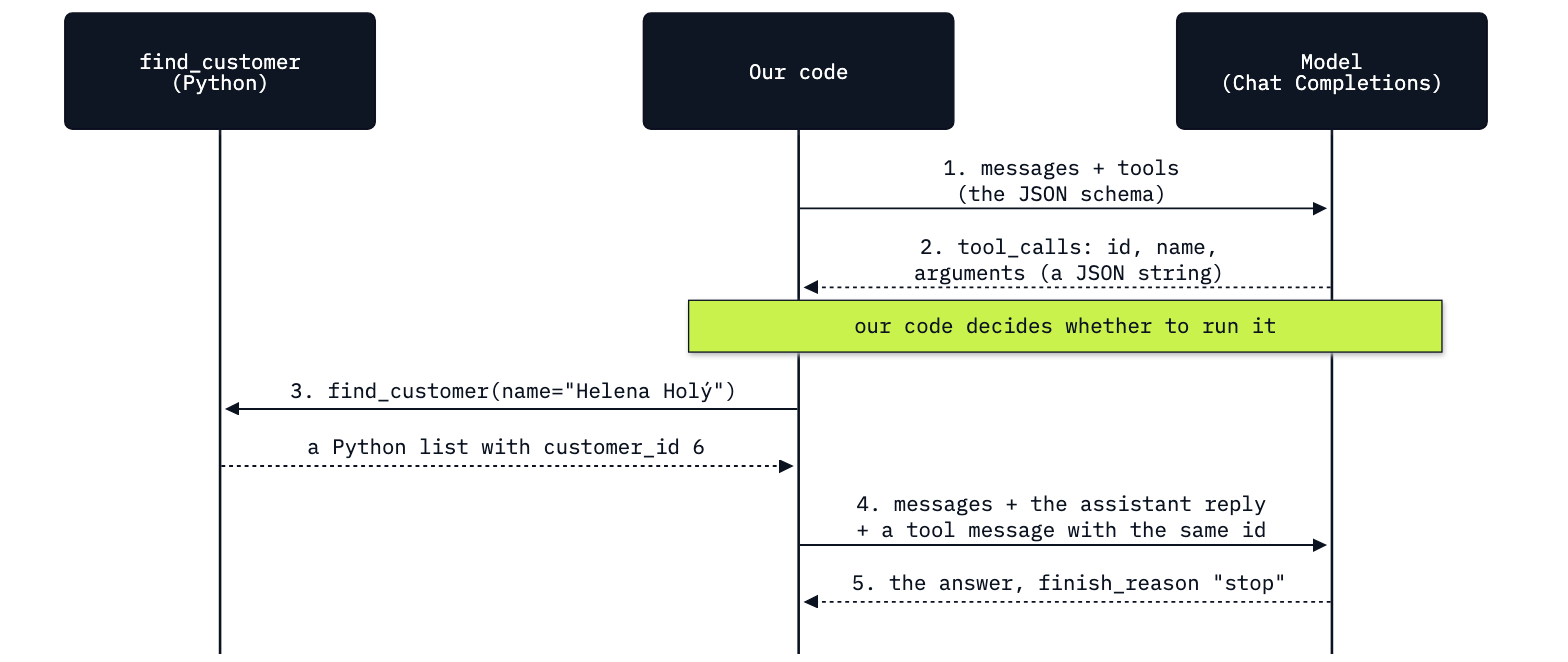
Above: 02_Tool_Calling/resources/lab02_tool_call_round_trip.png in tatwan/ai_agents_course (Mermaid), before the change. Its source is kept beside it as 02_Tool_Calling/resources/lab02_tool_call_round_trip.mmd.
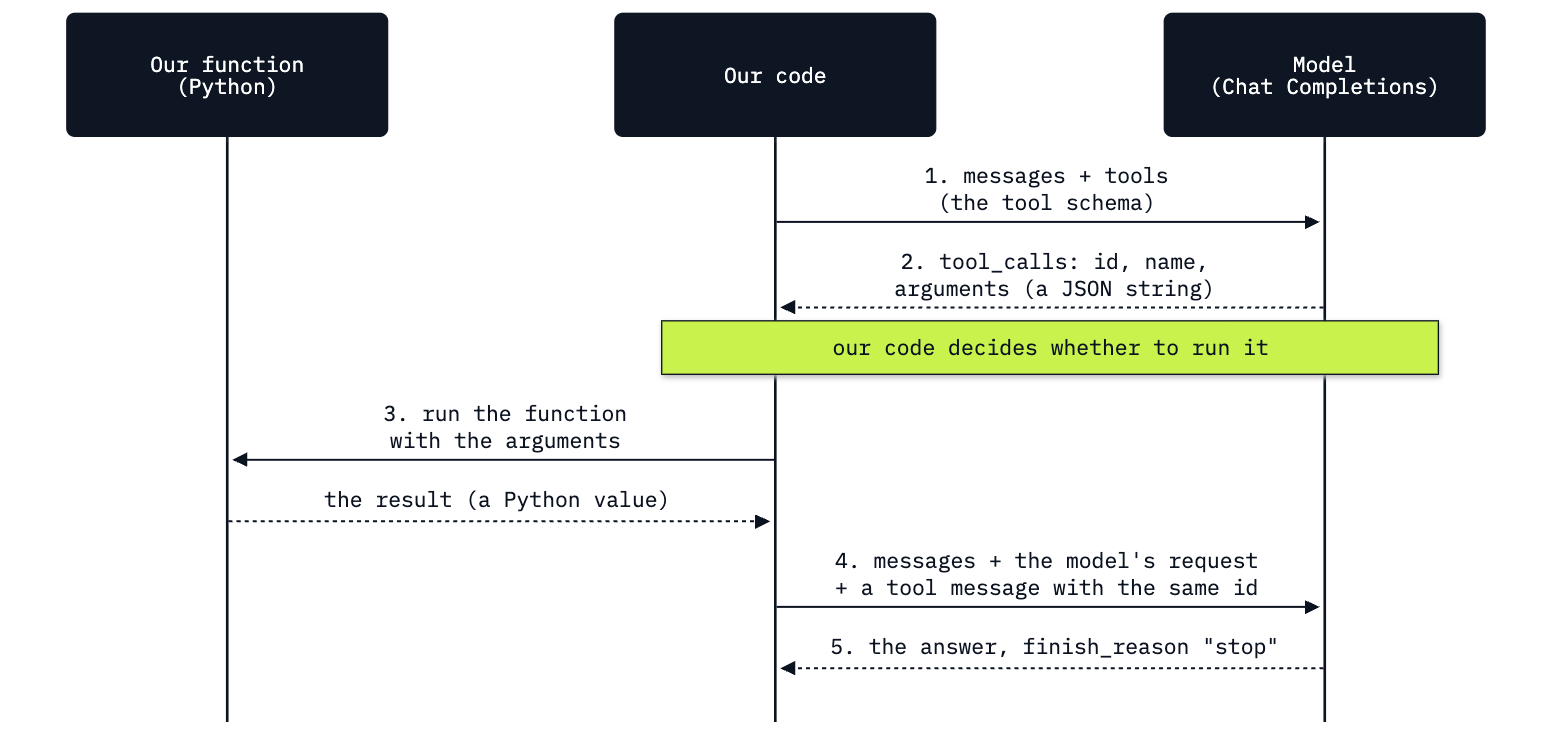
After the commit.

Commit message:
Lab 02: rebuild tool calling as a playground and a desk notebook

The edit, as a diff of the source:
```diff
@@ -1,13 +1,13 @@
 %%{init: {"theme": "base", "sequence": {"mirrorActors": false, "messageFontSize": 15, "actorFontSize": 15, "noteFontSize": 15, "wrap": false, "actorMargin": 170, "width": 240, "messageMargin": 42}, "themeVariables": {"fontFamily": "IBM Plex Mono, monospace", "fontSize": "15px", "primaryColor": "#FFFFFF", "primaryBorderColor": "#0B1220", "primaryTextColor": "#0B1220", "lineColor": "#6B7383", "actorBkg": "#0B1220", "actorTextColor": "#FFFFFF", "actorBorder": "#0B1220", "noteBkgColor": "#C9F24D", "noteBorderColor": "#0B1220", "noteTextColor": "#0B1220", "signalColor": "#0B1220", "signalTextColor": "#0B1220"}}}%%
 sequenceDiagram
-    participant Fn as find_customer<br>(Python)
+    participant Fn as Our function<br>(Python)
     participant Code as Our code
     participant API as Model<br>(Chat Completions)
 
-    Code->>API: 1. messages + tools<br>(the JSON schema)
+    Code->>API: 1. messages + tools<br>(the tool schema)
     API-->>Code: 2. tool_calls: id, name,<br>arguments (a JSON string)
     Note over Code,API: our code decides whether to run it
-    Code->>Fn: 3. find_customer(name="Helena Holý")
-    Fn-->>Code: a Python list with customer_id 6
-    Code->>API: 4. messages + the assistant reply<br>+ a tool message with the same id
+    Code->>Fn: 3. run the function<br>with the arguments
+    Fn-->>Code: the result (a Python value)
+    Code->>API: 4. messages + the model's request<br>+ a tool message with the same id
     API-->>Code: 5. the answer, finish_reason "stop"
```
